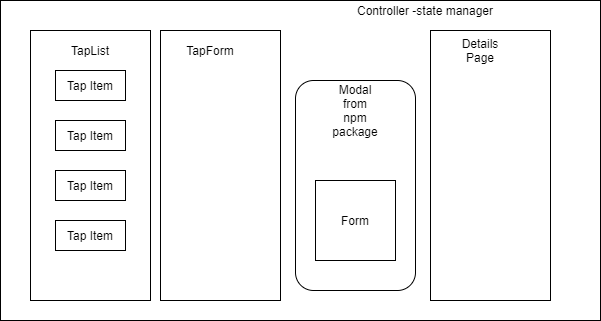
Earlier version of the draw.io export Diagram.png (OkilyDokily/tap-room). Source tidied: cells renumbered, new cells last; positions are measured from the earlier drawing's top-left corner, leaving out a move shared by most shapes.
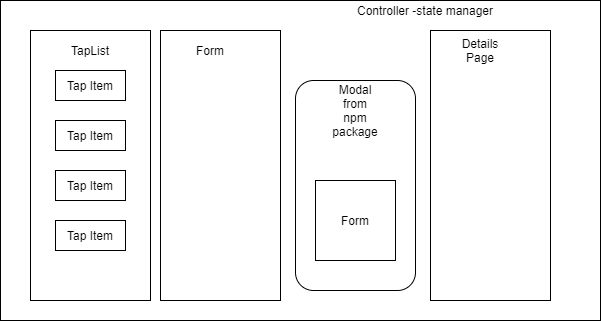
The same diagram one commit later.

What changed in the source:
```diff
@@ -29,7 +29,7 @@
     <mxCell id="10" style="rounded=0;whiteSpace=wrap;html=1;" parent="1" vertex="1">
       <mxGeometry x="160" y="30" width="120" height="270" as="geometry" />
     </mxCell>
-    <mxCell id="11" value="TapForm" style="text;html=1;strokeColor=none;fillColor=none;align=center;verticalAlign=middle;whiteSpace=wrap;rounded=0;" parent="1" vertex="1">
+    <mxCell id="11" value="Form" style="text;html=1;strokeColor=none;fillColor=none;align=center;verticalAlign=middle;whiteSpace=wrap;rounded=0;" parent="1" vertex="1">
       <mxGeometry x="190" y="40" width="40" height="20" as="geometry" />
     </mxCell>
     <mxCell id="12" style="rounded=0;whiteSpace=wrap;html=1;" parent="1" vertex="1">
```
